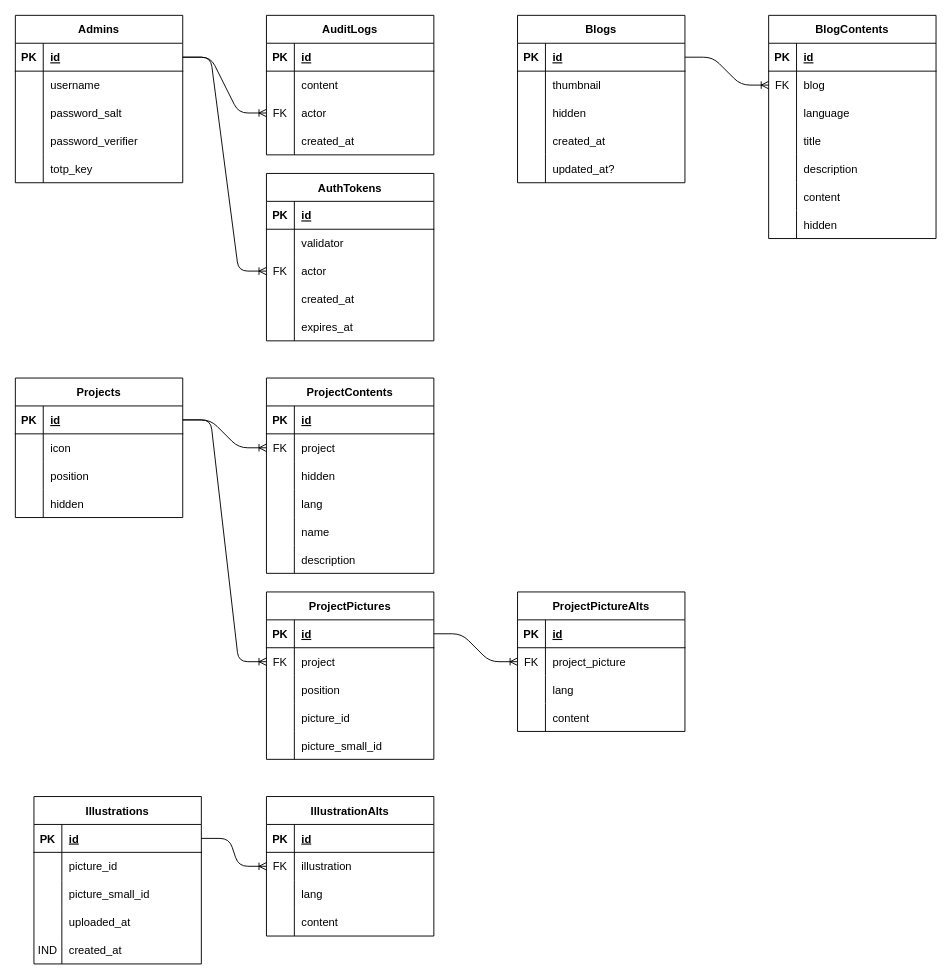
Before: resources/db-schema.drawio in RobotoSkunk/rs-web-server, a draw.io diagram. Source tidied: cells renumbered, new cells numbered last; positions are measured from the earlier drawing's top-left corner, leaving out a move shared by most shapes. Both pictures are drawn from the tidied source at 93%, with x=0, y=0 at pixel (15, 15).
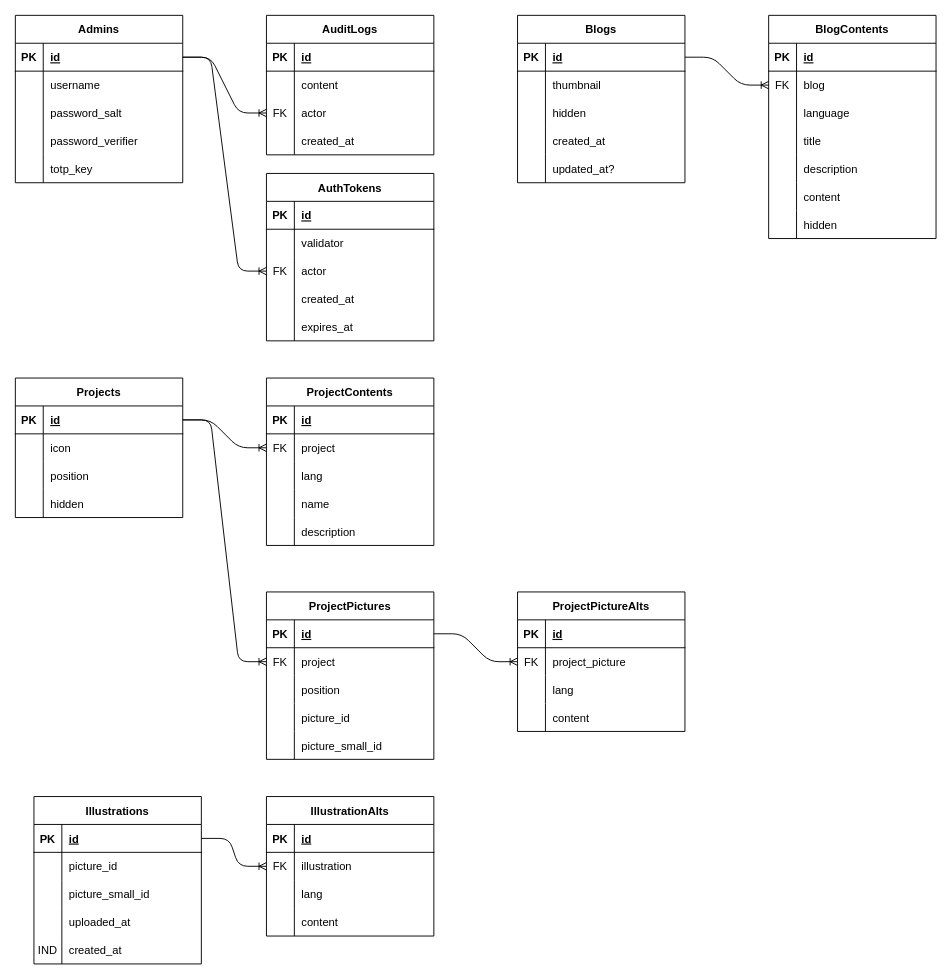
The same diagram, later.

Commit message:
Removed column in db-schema

What changed in the source:
```diff
@@
     <mxCell id="101" value="ProjectContents" style="shape=table;startSize=30;childLayout=tableLayout;rowLines=0;fontStyle=1;align=center;" parent="1" vertex="1">
-      <mxGeometry x="270" y="390" width="180" height="210" as="geometry" />
+      <mxGeometry x="270" y="390" width="180" height="180" as="geometry" />
     </mxCell>
@@
-    <mxCell id="108" style="shape=tableRow;horizontal=0;startSize=0;swimlaneHead=0;swimlaneBody=0;fillColor=none;top=0;left=0;right=0;bottom=0;" parent="101" vertex="1">
-      <mxGeometry y="90" width="180" height="30" as="geometry" />
-    </mxCell>
-    <mxCell id="109" style="shape=partialRectangle;fillColor=none;top=0;left=0;bottom=0;right=0;overflow=hidden;" parent="108" vertex="1">
-      <mxGeometry width="30" height="30" as="geometry" />
-    </mxCell>
-    <mxCell id="110" value="hidden" style="shape=partialRectangle;fillColor=none;top=0;left=0;bottom=0;right=0;align=left;spacingLeft=6;overflow=hidden;" parent="108" vertex="1">
-      <mxGeometry x="30" width="150" height="30" as="geometry" />
-    </mxCell>
     <mxCell id="111" style="shape=tableRow;horizontal=0;startSize=0;swimlaneHead=0;swimlaneBody=0;fillColor=none;top=0;left=0;right=0;bottom=0;" parent="101" vertex="1">
-      <mxGeometry y="120" width="180" height="30" as="geometry" />
+      <mxGeometry y="90" width="180" height="30" as="geometry" />
     </mxCell>
@@
     <mxCell id="114" style="shape=tableRow;horizontal=0;startSize=0;swimlaneHead=0;swimlaneBody=0;fillColor=none;top=0;left=0;right=0;bottom=0;" parent="101" vertex="1">
-      <mxGeometry y="150" width="180" height="30" as="geometry" />
+      <mxGeometry y="120" width="180" height="30" as="geometry" />
     </mxCell>
@@
     <mxCell id="117" style="shape=tableRow;horizontal=0;startSize=0;swimlaneHead=0;swimlaneBody=0;fillColor=none;top=0;left=0;right=0;bottom=0;" parent="101" vertex="1">
-      <mxGeometry y="180" width="180" height="30" as="geometry" />
+      <mxGeometry y="150" width="180" height="30" as="geometry" />
     </mxCell>
```
